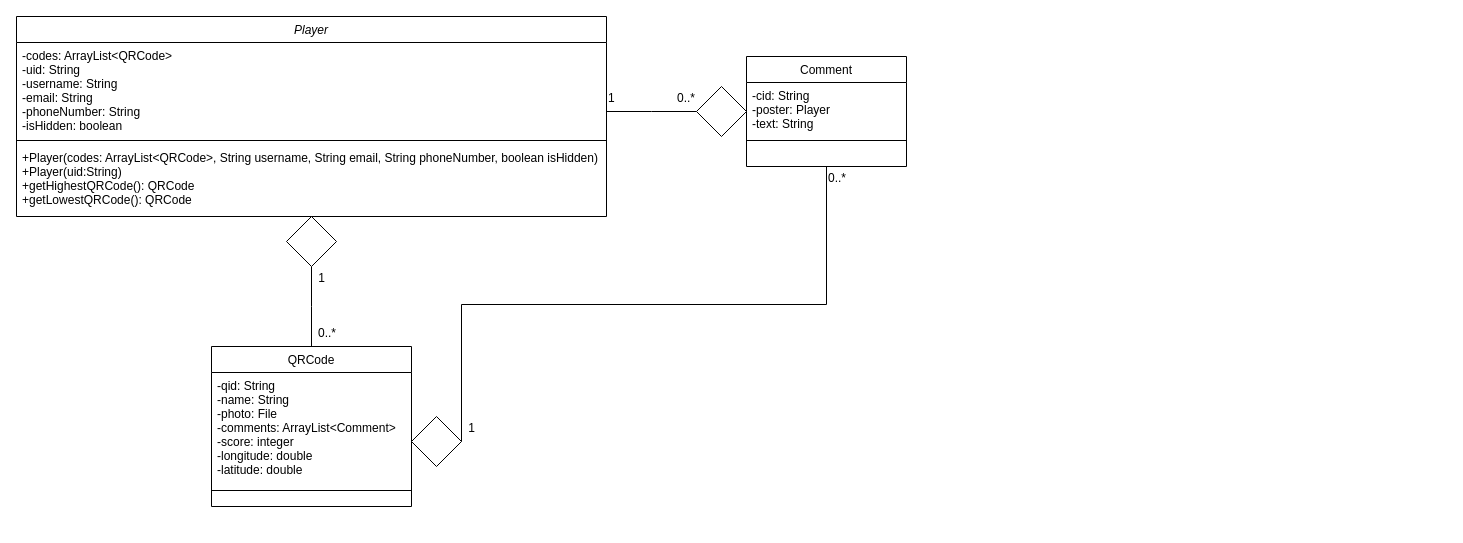
CMPUT301W23T18/Team18Project keeps this draw.io diagram as part3_temp_work/classdiagram.drawio. Above is the earlier version. Source tidied: cells renumbered, new cells numbered last; positions are measured from the earlier drawing's top-left corner, leaving out a move shared by most shapes. Both pictures are drawn from the tidied source at 100%, with x=0, y=0 at pixel (16, 16).
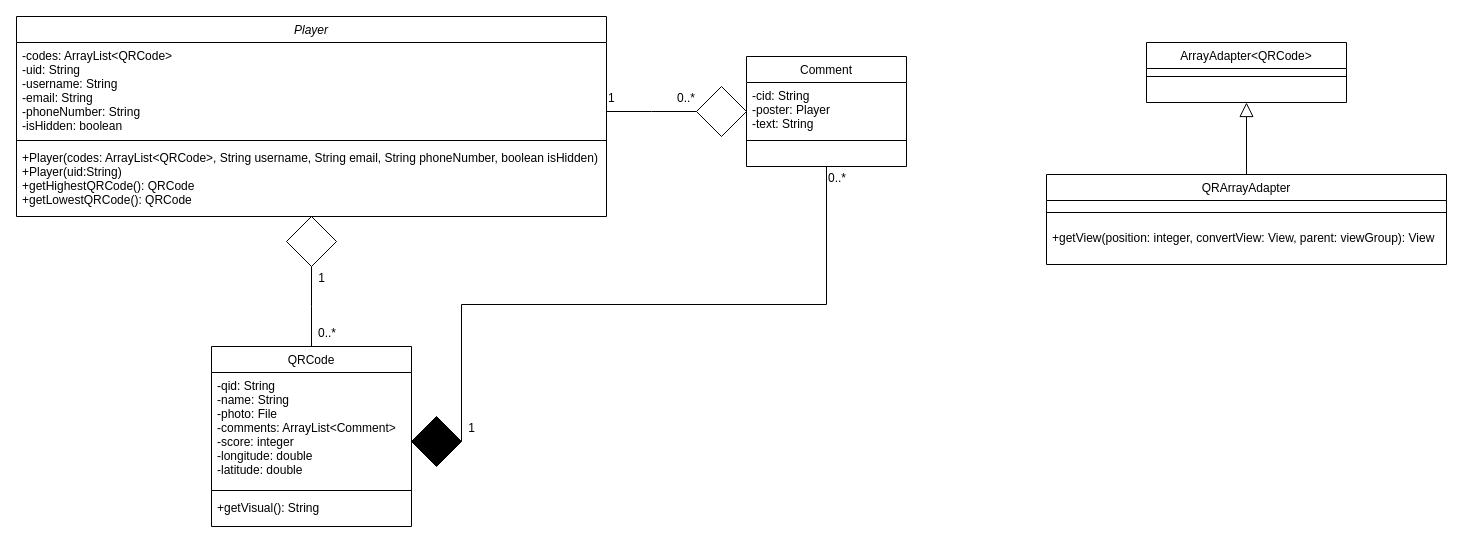
The same diagram, later.

Commit message:
Added Javadoc and updated UML

What changed in the source:
```diff
@@
     <mxCell id="2" value="QRCode" style="swimlane;fontStyle=0;align=center;verticalAlign=top;horizontal=1;startSize=26;rounded=0;shadow=0;strokeWidth=1;" parent="1" vertex="1">
-      <mxGeometry x="195" y="330" width="200" height="160" as="geometry" />
+      <mxGeometry x="195" y="330" width="200" height="180" as="geometry" />
     </mxCell>
@@
+    <mxCell id="26" value="+getVisual(): String" style="text;align=left;verticalAlign=top;spacingLeft=4;spacingRight=4;overflow=hidden;" parent="2" vertex="1">
+      <mxGeometry y="148" width="200" height="30" as="geometry" />
+    </mxCell>
@@
-    <mxCell id="25" style="rhombus;whiteSpace=wrap;html=1;" parent="1" vertex="1">
+    <mxCell id="25" style="rhombus;whiteSpace=wrap;html=1;fillColor=#000000;" parent="1" vertex="1">
       <mxGeometry x="395" y="400" width="50" height="50" as="geometry" />
     </mxCell>
+    <mxCell id="27" style="group;" parent="1" vertex="1">
+      <mxGeometry x="1030" y="158" width="400" height="90" as="geometry" />
+    </mxCell>
+    <mxCell id="28" value="QRArrayAdapter" style="swimlane;fontStyle=0;align=center;verticalAlign=top;horizontal=1;startSize=26;rounded=0;shadow=0;strokeWidth=1;" parent="27" vertex="1">
+      <mxGeometry width="400" height="90" as="geometry" />
+    </mxCell>
+    <mxCell id="29" style="line;html=1;strokeWidth=1;align=left;verticalAlign=middle;spacingTop=-1;spacingLeft=3;spacingRight=3;labelPosition=right;" parent="27" vertex="1">
+      <mxGeometry y="26" width="400" height="24" as="geometry" />
+    </mxCell>
+    <mxCell id="30" value="+getView(position: integer, convertView: View, parent: viewGroup): View" style="text;align=left;verticalAlign=top;spacingLeft=4;spacingRight=4;overflow=hidden;" parent="27" vertex="1">
+      <mxGeometry y="50" width="400" height="30" as="geometry" />
+    </mxCell>
+    <mxCell id="31" style="group;" parent="1" vertex="1">
+      <mxGeometry x="1130" y="26" width="200" height="60" as="geometry" />
+    </mxCell>
+    <mxCell id="32" value="ArrayAdapter&lt;QRCode&gt;" style="swimlane;fontStyle=0;align=center;verticalAlign=top;horizontal=1;startSize=26;rounded=0;shadow=0;strokeWidth=1;" parent="31" vertex="1">
+      <mxGeometry width="200" height="60" as="geometry" />
+    </mxCell>
+    <mxCell id="33" style="line;html=1;strokeWidth=1;align=left;verticalAlign=middle;spacingTop=-1;spacingLeft=3;spacingRight=3;labelPosition=right;" parent="32" vertex="1">
+      <mxGeometry y="26" width="200" height="16" as="geometry" />
+    </mxCell>
+    <mxCell id="34" style="edgeStyle=orthogonalEdgeStyle;rounded=0;jettySize=auto;html=1;exitX=0.5;exitY=0;exitDx=0;exitDy=0;entryX=0.5;entryY=1;entryDx=0;entryDy=0;endArrow=block;endFill=0;endSize=12;" parent="1" edge="1" source="28" target="32">
+      <mxGeometry relative="1" as="geometry" />
+    </mxCell>
```
